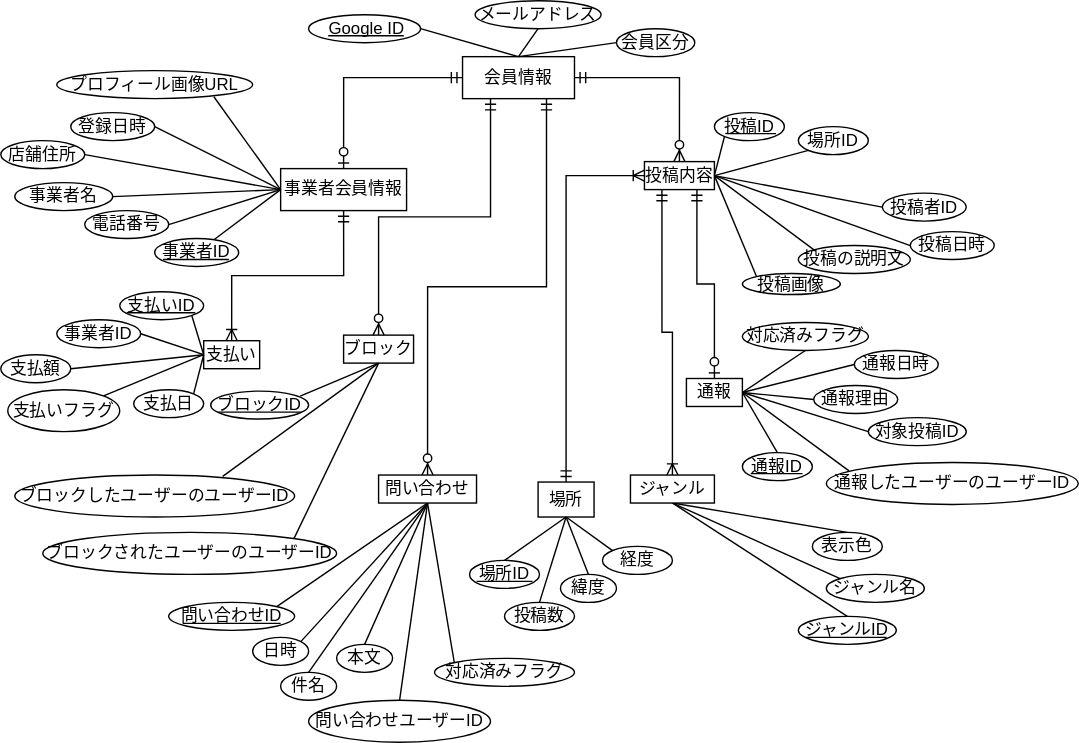
The draw.io diagram sections/section8_database.svg in KUT-Group12/external-design, before a commit. Source tidied: cells renumbered, new cells last; positions are measured from the earlier drawing's top-left corner, leaving out a move shared by most shapes.
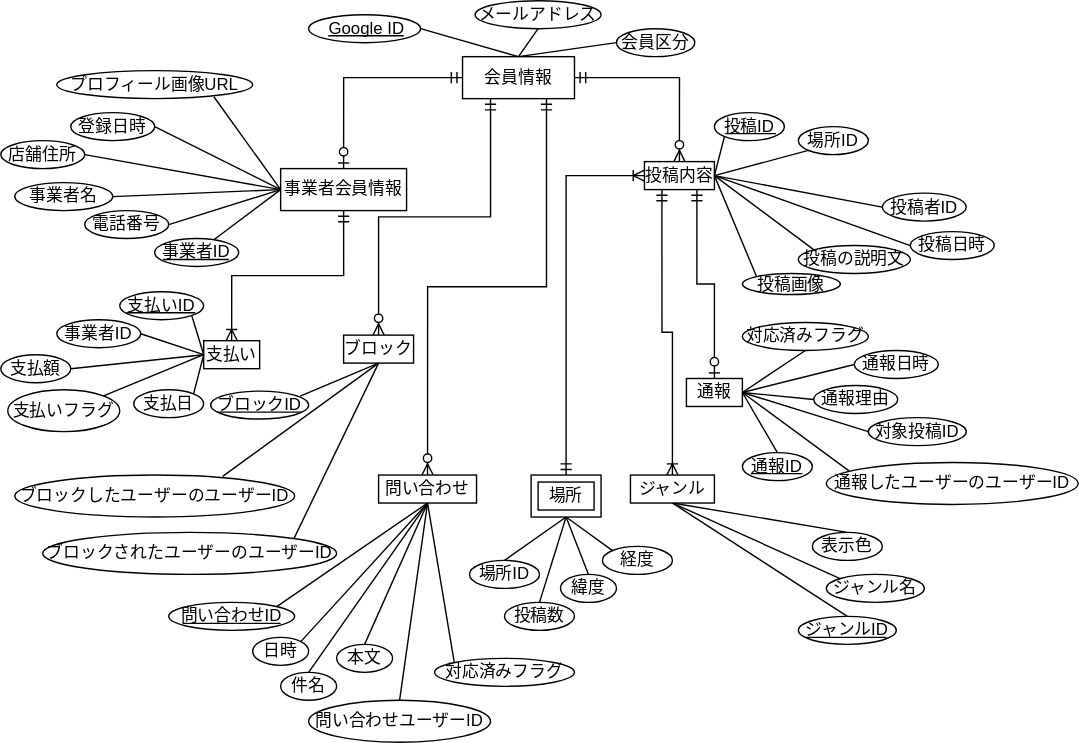
The same file after the commit.

Commit message:
docs : 場所を弱実体にしました．それに伴い場所IDを主キーじゃなくしました

Change to the diagram source:
```diff
@@ -300,9 +300,6 @@
     <mxCell id="97" style="edgeStyle=orthogonalEdgeStyle;fontSize=12;html=1;endArrow=ERoneToMany;startArrow=ERmandOne;rounded=0;exitX=0.25;exitY=1;exitDx=0;exitDy=0;entryX=0.5;entryY=0;entryDx=0;entryDy=0;" parent="1" edge="1" source="40" target="107">
       <mxGeometry relative="1" as="geometry" />
     </mxCell>
-    <mxCell id="98" value="場所" style="whiteSpace=wrap;html=1;align=center;" parent="1" vertex="1">
-      <mxGeometry x="384" y="344" width="40" height="25" as="geometry" />
-    </mxCell>
     <mxCell id="99" value="投稿数" style="ellipse;whiteSpace=wrap;html=1;align=center;" parent="1" vertex="1">
       <mxGeometry x="360" y="430" width="50" height="20" as="geometry" />
     </mxCell>
@@ -315,17 +312,25 @@
     <mxCell id="102" value="経度" style="ellipse;whiteSpace=wrap;html=1;align=center;" parent="1" vertex="1">
       <mxGeometry x="430" y="390" width="50" height="20" as="geometry" />
     </mxCell>
-    <mxCell id="103" style="endArrow=none;html=1;rounded=0;entryX=0.5;entryY=1;entryDx=0;entryDy=0;exitX=0.5;exitY=0;exitDx=0;exitDy=0;" parent="1" edge="1" source="100" target="98">
-      <mxGeometry relative="1" as="geometry" />
+    <mxCell id="103" style="endArrow=none;html=1;rounded=0;entryX=0.5;entryY=1;entryDx=0;entryDy=0;exitX=0.5;exitY=0;exitDx=0;exitDy=0;" parent="1" edge="1" source="100">
+      <mxGeometry relative="1" as="geometry">
+        <mxPoint x="404" y="369" as="targetPoint" />
+      </mxGeometry>
     </mxCell>
-    <mxCell id="104" style="endArrow=none;html=1;rounded=0;entryX=0.5;entryY=1;entryDx=0;entryDy=0;exitX=0.5;exitY=0;exitDx=0;exitDy=0;" parent="1" edge="1" source="99" target="98">
-      <mxGeometry relative="1" as="geometry" />
+    <mxCell id="104" style="endArrow=none;html=1;rounded=0;entryX=0.5;entryY=1;entryDx=0;entryDy=0;exitX=0.5;exitY=0;exitDx=0;exitDy=0;" parent="1" edge="1" source="99">
+      <mxGeometry relative="1" as="geometry">
+        <mxPoint x="404" y="369" as="targetPoint" />
+      </mxGeometry>
     </mxCell>
-    <mxCell id="105" style="endArrow=none;html=1;rounded=0;entryX=0.5;entryY=1;entryDx=0;entryDy=0;exitX=0.5;exitY=0;exitDx=0;exitDy=0;" parent="1" edge="1" source="101" target="98">
-      <mxGeometry relative="1" as="geometry" />
+    <mxCell id="105" style="endArrow=none;html=1;rounded=0;entryX=0.5;entryY=1;entryDx=0;entryDy=0;exitX=0.5;exitY=0;exitDx=0;exitDy=0;" parent="1" edge="1" source="101">
+      <mxGeometry relative="1" as="geometry">
+        <mxPoint x="404" y="369" as="targetPoint" />
+      </mxGeometry>
     </mxCell>
-    <mxCell id="106" style="endArrow=none;html=1;rounded=0;entryX=0.5;entryY=1;entryDx=0;entryDy=0;exitX=0;exitY=0;exitDx=0;exitDy=0;" parent="1" edge="1" source="102" target="98">
-      <mxGeometry relative="1" as="geometry" />
+    <mxCell id="106" style="endArrow=none;html=1;rounded=0;entryX=0.5;entryY=1;entryDx=0;entryDy=0;exitX=0;exitY=0;exitDx=0;exitDy=0;" parent="1" edge="1" source="102">
+      <mxGeometry relative="1" as="geometry">
+        <mxPoint x="404" y="369" as="targetPoint" />
+      </mxGeometry>
     </mxCell>
     <mxCell id="107" value="ジャンル" style="whiteSpace=wrap;html=1;align=center;" parent="1" vertex="1">
       <mxGeometry x="450" y="339" width="60" height="20" as="geometry" />
@@ -348,11 +353,11 @@
     <mxCell id="113" style="line;strokeWidth=1;dashed=0;labelPosition=right;align=left;verticalAlign=middle;spacingTop=0;spacingLeft=6;" parent="1" vertex="1">
       <mxGeometry x="130" y="440" width="70" height="10" as="geometry" />
     </mxCell>
-    <mxCell id="114" style="line;strokeWidth=1;dashed=0;labelPosition=right;align=left;verticalAlign=middle;spacingTop=0;spacingLeft=6;" parent="1" vertex="1">
-      <mxGeometry x="340" y="410" width="40" height="10" as="geometry" />
-    </mxCell>
     <mxCell id="115" style="line;strokeWidth=1;dashed=0;labelPosition=right;align=left;verticalAlign=middle;spacingTop=0;spacingLeft=6;" parent="1" vertex="1">
       <mxGeometry x="575" y="450" width="58" height="10" as="geometry" />
     </mxCell>
+    <mxCell id="98" value="場所" style="shape=ext;margin=3;double=1;whiteSpace=wrap;html=1;align=center;" parent="1" vertex="1">
+      <mxGeometry x="379" y="339" width="50" height="30" as="geometry" />
+    </mxCell>
   </root>
 </mxGraphModel>
```
